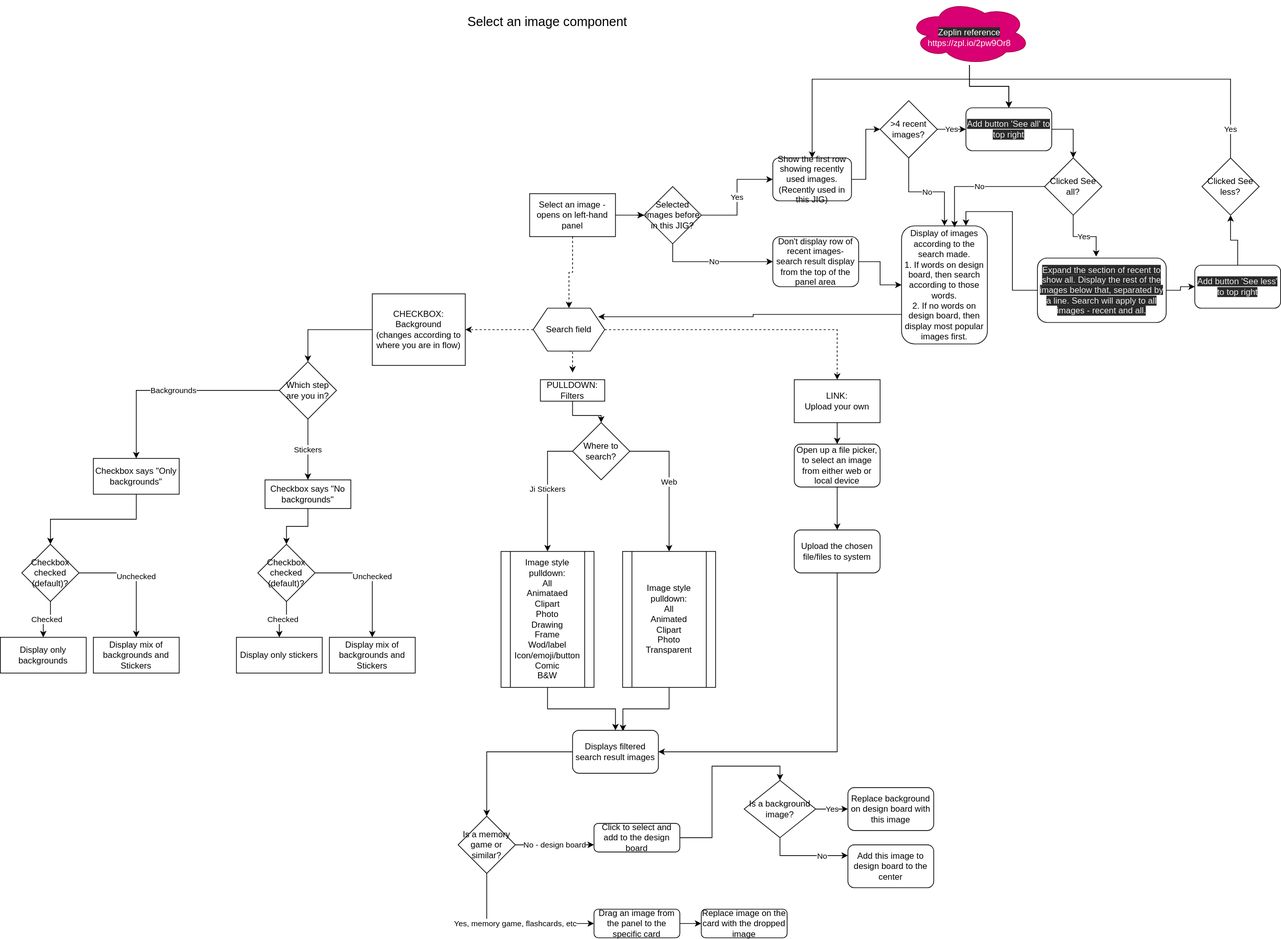
The draw.io diagram modules/components/select-image.drawio.svg in ji-devs/ji-cloud-flowcharts, before a commit. Source tidied: cells renumbered, new cells last; positions are measured from the earlier drawing's top-left corner, leaving out a move shared by most shapes.
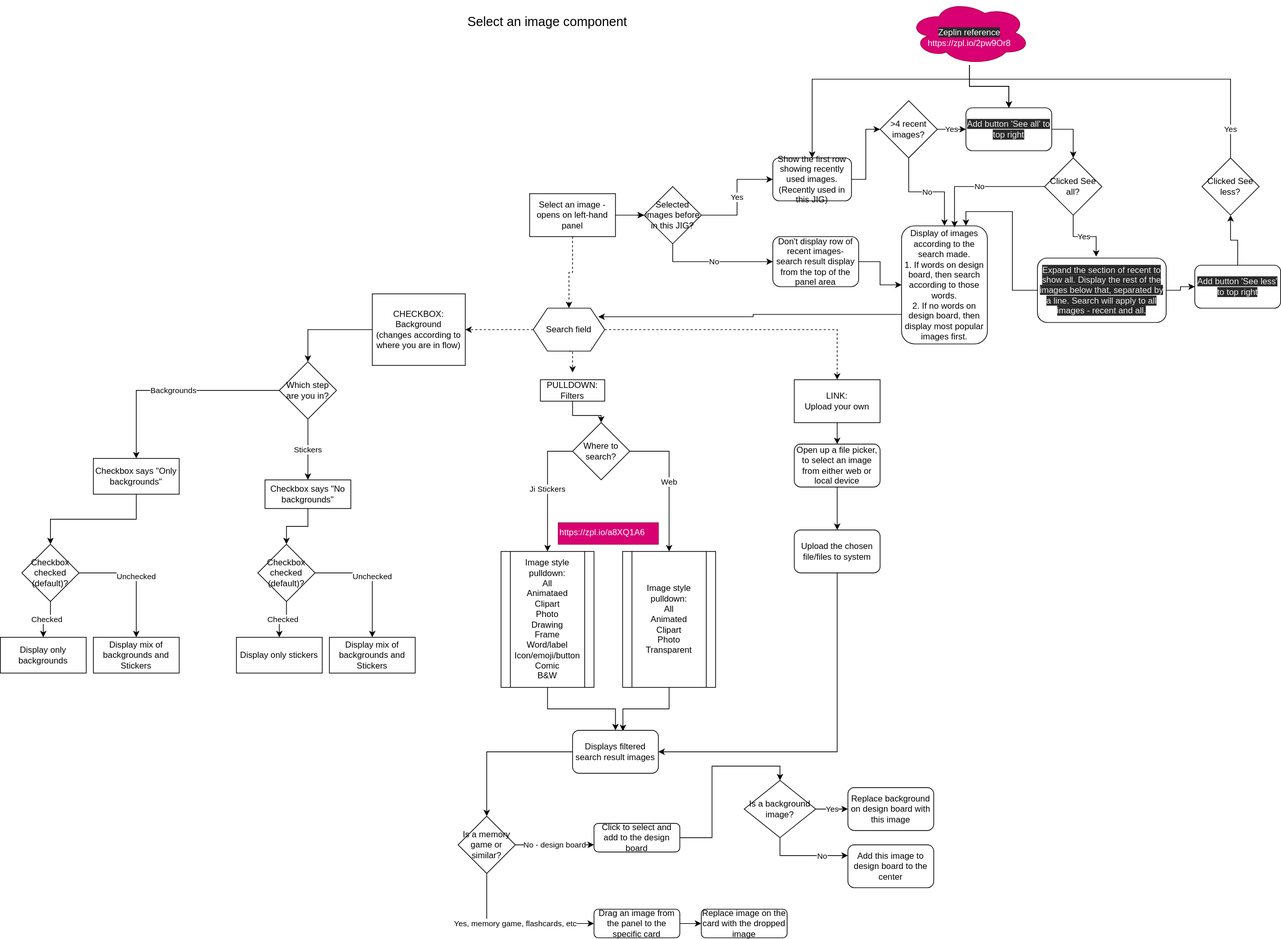
After the commit.

Commit message:
added link to updated zeplin for filters

The edit, as a diff of the source:
```diff
@@ -18,7 +18,7 @@
     <mxCell id="5" style="edgeStyle=orthogonalEdgeStyle;rounded=0;jettySize=auto;html=1;entryX=0.5;entryY=0;entryDx=0;entryDy=0;" parent="1" edge="1" source="6" target="25">
       <mxGeometry relative="1" as="geometry" />
     </mxCell>
-    <mxCell id="6" value="Image style pulldown:&lt;br&gt;All&lt;br&gt;Animataed&lt;br&gt;Clipart&lt;br&gt;Photo&lt;br&gt;Drawing&lt;br&gt;Frame&lt;br&gt;Wod/label&lt;br&gt;Icon/emoji/button&lt;br&gt;Comic&lt;br&gt;B&amp;amp;W" style="shape=process;whiteSpace=wrap;html=1;backgroundOutline=1;" parent="1" vertex="1">
+    <mxCell id="6" value="Image style pulldown:&lt;br&gt;All&lt;br&gt;Animataed&lt;br&gt;Clipart&lt;br&gt;Photo&lt;br&gt;Drawing&lt;br&gt;Frame&lt;br&gt;Word/label&lt;br&gt;Icon/emoji/button&lt;br&gt;Comic&lt;br&gt;B&amp;amp;W" style="shape=process;whiteSpace=wrap;html=1;backgroundOutline=1;" parent="1" vertex="1">
       <mxGeometry x="700" y="770" width="130" height="190" as="geometry" />
     </mxCell>
     <mxCell id="7" style="edgeStyle=orthogonalEdgeStyle;rounded=0;jettySize=auto;html=1;entryX=0.587;entryY=0.02;entryDx=0;entryDy=0;entryPerimeter=0;" parent="1" edge="1" source="8" target="25">
@@ -289,5 +289,8 @@
     <mxCell id="87" value="Display mix of backgrounds and Stickers" style="rounded=0;whiteSpace=wrap;html=1;" parent="1" vertex="1">
       <mxGeometry x="460" y="890" width="120" height="50" as="geometry" />
     </mxCell>
+    <mxCell id="88" value="https://zpl.io/a8XQ1A6" style="text;whiteSpace=wrap;html=1;fillColor=#d80073;strokeColor=#A50040;fontColor=#ffffff;" parent="1" vertex="1">
+      <mxGeometry x="780" y="730" width="140" height="30" as="geometry" />
+    </mxCell>
   </root>
 </mxGraphModel>
```
